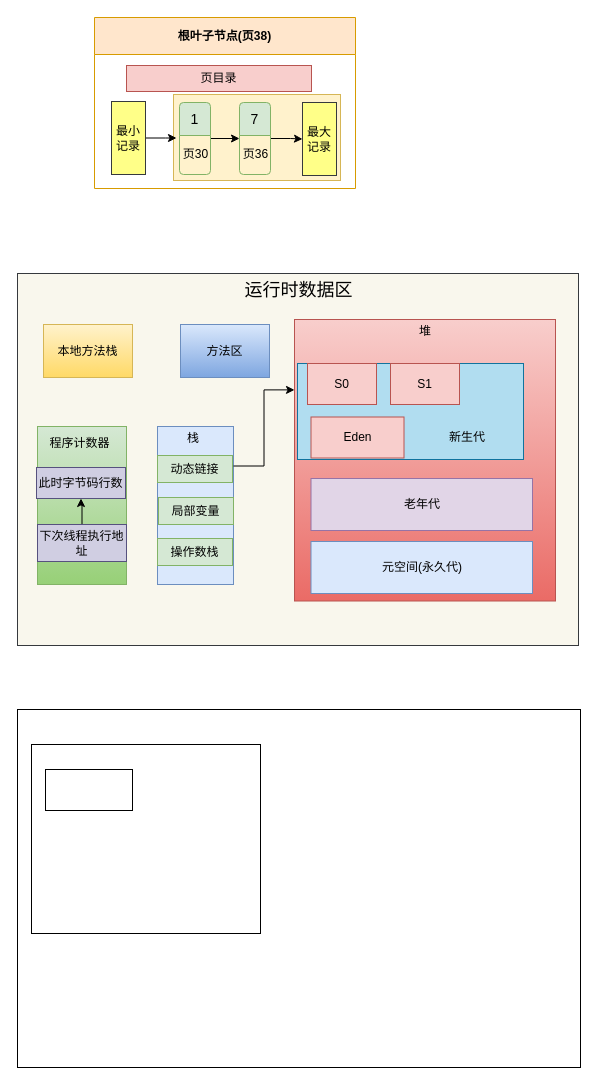
This is mysql.drawio from mianbaosao/drawio, a draw.io file, before an edit. Source tidied: cells renumbered, new cells numbered last; positions are measured from the earlier drawing's top-left corner, leaving out a move shared by most shapes. Both pictures are drawn from the tidied source at 100%, with x=0, y=0 at pixel (17, 17).
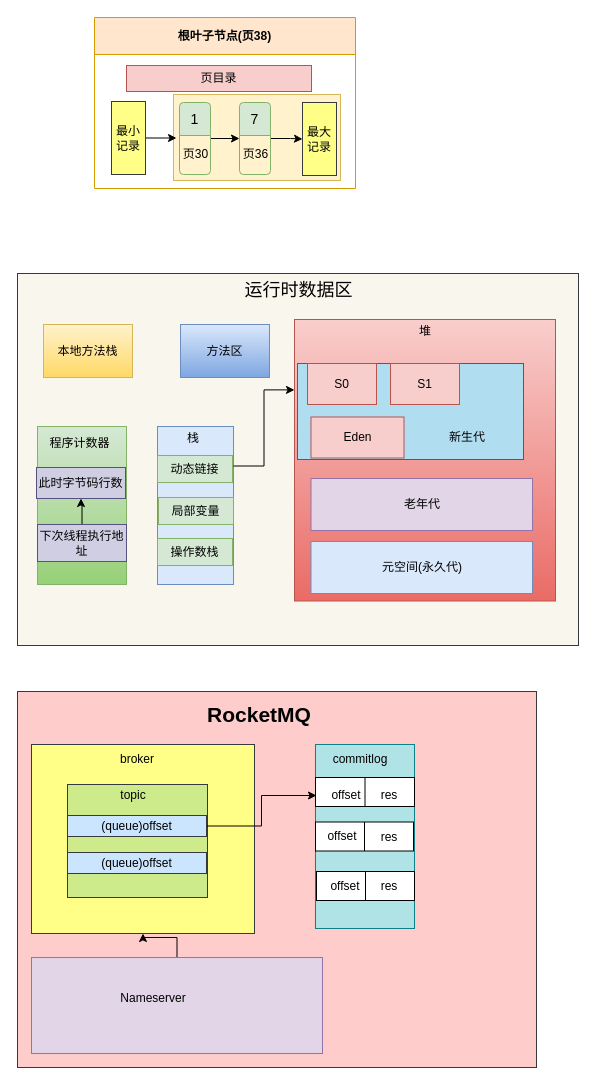
The same diagram, later.

Diff of the diagram source:
```diff
@@
-    <mxCell id="39" style="rounded=0;whiteSpace=wrap;html=1;" parent="1" vertex="1">
-      <mxGeometry y="692" width="563" height="358" as="geometry" />
+    <mxCell id="39" style="rounded=0;whiteSpace=wrap;html=1;fillColor=#ffcccc;strokeColor=#36393d;" parent="1" vertex="1">
+      <mxGeometry y="674" width="519" height="376" as="geometry" />
     </mxCell>
-    <mxCell id="40" style="rounded=0;whiteSpace=wrap;html=1;" parent="1" vertex="1">
-      <mxGeometry x="14" y="727" width="229" height="189" as="geometry" />
+    <mxCell id="40" style="rounded=0;whiteSpace=wrap;html=1;fillColor=#ffff88;strokeColor=#36393d;" parent="1" vertex="1">
+      <mxGeometry x="14" y="727" width="223" height="189" as="geometry" />
     </mxCell>
-    <mxCell id="41" style="rounded=0;whiteSpace=wrap;html=1;" parent="1" vertex="1">
-      <mxGeometry x="28" y="752" width="87" height="41" as="geometry" />
+    <mxCell id="41" style="rounded=0;whiteSpace=wrap;html=1;fillColor=#cdeb8b;strokeColor=#36393d;" parent="1" vertex="1">
+      <mxGeometry x="50" y="767" width="140" height="113" as="geometry" />
     </mxCell>
+    <mxCell id="42" style="edgeStyle=orthogonalEdgeStyle;rounded=0;jettySize=auto;html=1;entryX=0;entryY=0.5;entryDx=0;entryDy=0;" parent="1" edge="1" source="43" target="57">
+      <mxGeometry relative="1" as="geometry" />
+    </mxCell>
+    <mxCell id="43" value="(queue)offset" style="rounded=0;whiteSpace=wrap;html=1;fillColor=#cce5ff;strokeColor=#36393d;" parent="1" vertex="1">
+      <mxGeometry x="50" y="798" width="139" height="21" as="geometry" />
+    </mxCell>
+    <mxCell id="44" value="(queue)offset" style="rounded=0;whiteSpace=wrap;html=1;fillColor=#cce5ff;strokeColor=#36393d;" parent="1" vertex="1">
+      <mxGeometry x="50" y="835" width="139" height="21" as="geometry" />
+    </mxCell>
+    <mxCell id="45" value="broker" style="text;html=1;align=center;verticalAlign=middle;whiteSpace=wrap;rounded=0;" parent="1" vertex="1">
+      <mxGeometry x="90" y="727" width="60" height="30" as="geometry" />
+    </mxCell>
+    <mxCell id="46" value="topic" style="text;html=1;align=center;verticalAlign=middle;whiteSpace=wrap;rounded=0;" parent="1" vertex="1">
+      <mxGeometry x="86" y="763" width="60" height="30" as="geometry" />
+    </mxCell>
+    <mxCell id="47" style="edgeStyle=orthogonalEdgeStyle;rounded=0;jettySize=auto;html=1;entryX=0.5;entryY=1;entryDx=0;entryDy=0;" parent="1" edge="1" source="48" target="40">
+      <mxGeometry relative="1" as="geometry" />
+    </mxCell>
+    <mxCell id="48" style="rounded=0;whiteSpace=wrap;html=1;fillColor=#e1d5e7;strokeColor=#9673a6;" parent="1" vertex="1">
+      <mxGeometry x="14" y="940" width="291" height="96" as="geometry" />
+    </mxCell>
+    <mxCell id="49" value="Nameserver" style="text;html=1;align=center;verticalAlign=middle;whiteSpace=wrap;rounded=0;" parent="1" vertex="1">
+      <mxGeometry x="106" y="966" width="60" height="30" as="geometry" />
+    </mxCell>
+    <mxCell id="50" style="rounded=0;whiteSpace=wrap;html=1;fillColor=#b0e3e6;strokeColor=#0e8088;" parent="1" vertex="1">
+      <mxGeometry x="298" y="727" width="99" height="184" as="geometry" />
+    </mxCell>
+    <mxCell id="51" style="rounded=0;whiteSpace=wrap;html=1;" parent="1" vertex="1">
+      <mxGeometry x="298" y="760" width="99" height="29" as="geometry" />
+    </mxCell>
+    <mxCell id="52" style="rounded=0;whiteSpace=wrap;html=1;" parent="1" vertex="1">
+      <mxGeometry x="298" y="804.5" width="98" height="29" as="geometry" />
+    </mxCell>
+    <mxCell id="53" style="rounded=0;whiteSpace=wrap;html=1;" parent="1" vertex="1">
+      <mxGeometry x="299" y="854" width="98" height="29" as="geometry" />
+    </mxCell>
+    <mxCell id="54" style="endArrow=none;html=1;rounded=0;entryX=0.5;entryY=0;entryDx=0;entryDy=0;exitX=0.5;exitY=1;exitDx=0;exitDy=0;" parent="1" edge="1" source="51" target="51">
+      <mxGeometry relative="1" as="geometry" />
+    </mxCell>
+    <mxCell id="55" style="endArrow=none;html=1;rounded=0;exitX=0.5;exitY=1;exitDx=0;exitDy=0;entryX=0.5;entryY=0;entryDx=0;entryDy=0;" parent="1" edge="1" source="52" target="52">
+      <mxGeometry relative="1" as="geometry" />
+    </mxCell>
+    <mxCell id="56" style="endArrow=none;html=1;rounded=0;entryX=0.5;entryY=0;entryDx=0;entryDy=0;exitX=0.5;exitY=1;exitDx=0;exitDy=0;" parent="1" edge="1" source="53" target="53">
+      <mxGeometry relative="1" as="geometry" />
+    </mxCell>
+    <mxCell id="57" value="offset" style="text;html=1;align=center;verticalAlign=middle;whiteSpace=wrap;rounded=0;" parent="1" vertex="1">
+      <mxGeometry x="299" y="763" width="60" height="30" as="geometry" />
+    </mxCell>
+    <mxCell id="58" value="offset" style="text;html=1;align=center;verticalAlign=middle;whiteSpace=wrap;rounded=0;" parent="1" vertex="1">
+      <mxGeometry x="294.5" y="803.5" width="60" height="30" as="geometry" />
+    </mxCell>
+    <mxCell id="59" value="offset" style="text;html=1;align=center;verticalAlign=middle;whiteSpace=wrap;rounded=0;" parent="1" vertex="1">
+      <mxGeometry x="298" y="854" width="60" height="30" as="geometry" />
+    </mxCell>
+    <mxCell id="60" value="res" style="text;html=1;align=center;verticalAlign=middle;whiteSpace=wrap;rounded=0;" parent="1" vertex="1">
+      <mxGeometry x="342" y="763" width="60" height="30" as="geometry" />
+    </mxCell>
+    <mxCell id="61" value="res" style="text;html=1;align=center;verticalAlign=middle;whiteSpace=wrap;rounded=0;" parent="1" vertex="1">
+      <mxGeometry x="342" y="805" width="60" height="30" as="geometry" />
+    </mxCell>
+    <mxCell id="62" value="res" style="text;html=1;align=center;verticalAlign=middle;whiteSpace=wrap;rounded=0;" parent="1" vertex="1">
+      <mxGeometry x="342" y="854" width="60" height="30" as="geometry" />
+    </mxCell>
+    <mxCell id="63" value="commitlog" style="text;html=1;align=center;verticalAlign=middle;whiteSpace=wrap;rounded=0;" parent="1" vertex="1">
+      <mxGeometry x="313" y="727" width="60" height="30" as="geometry" />
+    </mxCell>
+    <mxCell id="64" value="RocketMQ" style="text;align=center;verticalAlign=middle;whiteSpace=wrap;rounded=0;fontSize=21;fontStyle=1;" parent="1" vertex="1">
+      <mxGeometry x="212" y="682" width="60" height="30" as="geometry" />
+    </mxCell>
```
